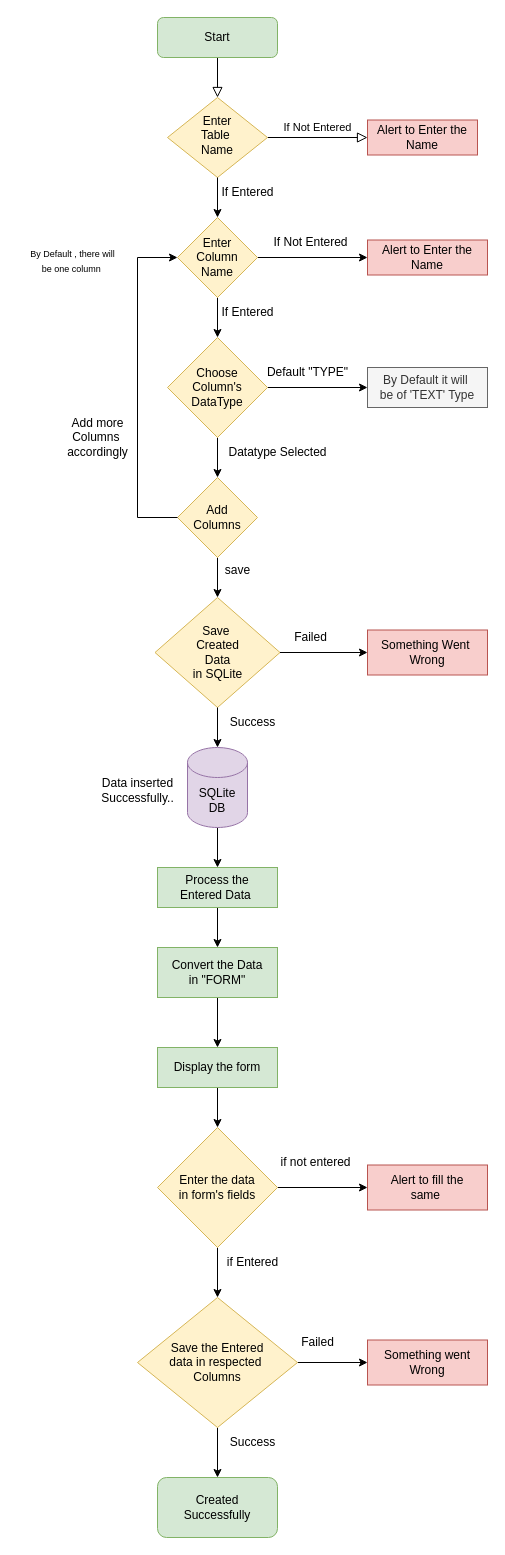
The draw.io diagram DatabaseCreation.drawio in MohitThakur001/FlowCharts, before the edit. Source tidied: cells renumbered, new cells numbered last; positions are measured from the earlier drawing's top-left corner, leaving out a move shared by most shapes. Both pictures are drawn from the tidied source at 100%, with x=0, y=0 at pixel (17, 17).
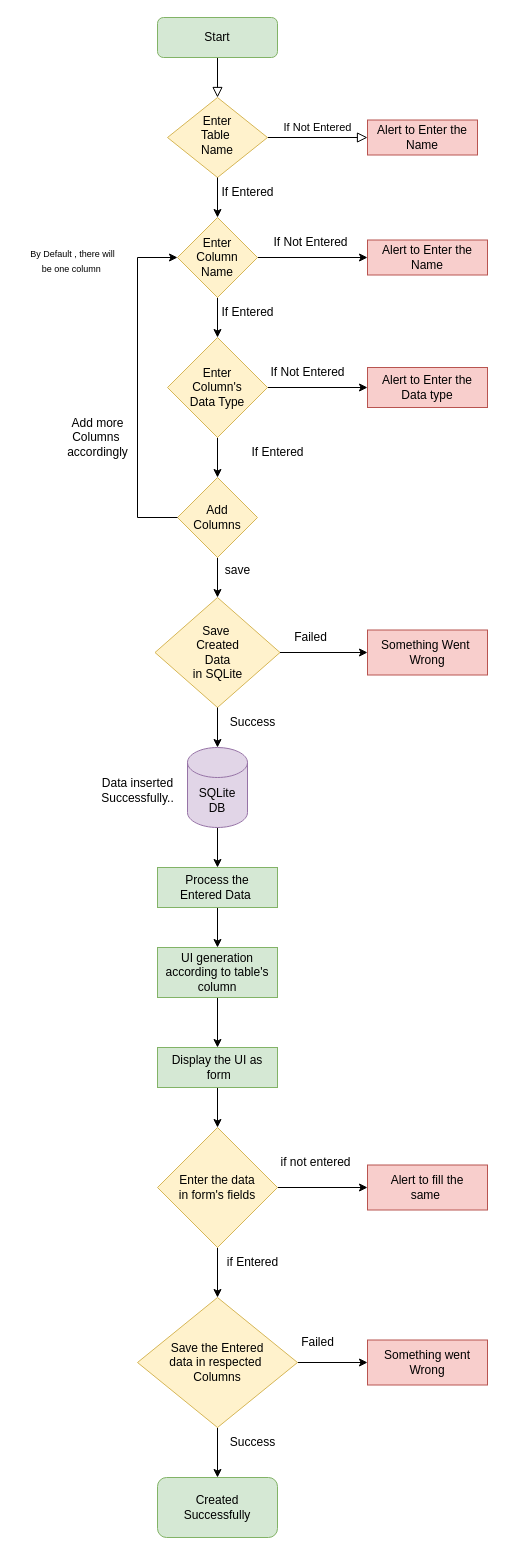
The same page after the edit.

What changed in the source:
```diff
@@
-    <mxCell id="17" value="Choose&lt;br&gt;Column's&lt;br&gt;DataType" style="rhombus;whiteSpace=wrap;html=1;fillColor=#fff2cc;strokeColor=#d6b656;" parent="1" vertex="1">
+    <mxCell id="17" value="Enter&lt;br&gt;Column's&lt;br&gt;Data Type" style="rhombus;whiteSpace=wrap;html=1;fillColor=#fff2cc;strokeColor=#d6b656;" parent="1" vertex="1">
       <mxGeometry x="150" y="320" width="100" height="100" as="geometry" />
     </mxCell>
@@
-    <mxCell id="19" value="By Default it will&amp;nbsp;&lt;br&gt;be of 'TEXT' Type" style="whiteSpace=wrap;html=1;fillColor=#f5f5f5;fontColor=#333333;strokeColor=#666666;" parent="1" vertex="1">
+    <mxCell id="19" value="Alert to Enter the Data type" style="whiteSpace=wrap;html=1;fillColor=#f8cecc;strokeColor=#b85450;" parent="1" vertex="1">
       <mxGeometry x="350" y="350" width="120" height="40" as="geometry" />
     </mxCell>
-    <mxCell id="20" value="Default &quot;TYPE&quot;" style="text;html=1;align=center;verticalAlign=middle;strokeColor=none;fillColor=none;" parent="1" vertex="1">
+    <mxCell id="20" value="If Not Entered" style="text;html=1;align=center;verticalAlign=middle;strokeColor=none;fillColor=none;" parent="1" vertex="1">
       <mxGeometry x="240" y="340" width="100" height="30" as="geometry" />
     </mxCell>
-    <mxCell id="21" value="Datatype Selected" style="text;html=1;align=center;verticalAlign=middle;strokeColor=none;fillColor=none;" parent="1" vertex="1">
-      <mxGeometry x="200" y="420" width="120" height="30" as="geometry" />
+    <mxCell id="21" value="If Entered" style="text;html=1;align=center;verticalAlign=middle;strokeColor=none;fillColor=none;" parent="1" vertex="1">
+      <mxGeometry x="220" y="420" width="80" height="30" as="geometry" />
     </mxCell>
@@
-    <mxCell id="40" value="Convert the Data&lt;br&gt;in &quot;FORM&quot;" style="whiteSpace=wrap;html=1;fillColor=#d5e8d4;strokeColor=#82b366;" parent="1" vertex="1">
+    <mxCell id="40" value="UI generation according to table's column" style="whiteSpace=wrap;html=1;fillColor=#d5e8d4;strokeColor=#82b366;" parent="1" vertex="1">
       <mxGeometry x="140" y="930" width="120" height="50" as="geometry" />
     </mxCell>
@@
-    <mxCell id="42" value="Display the form" style="whiteSpace=wrap;html=1;fillColor=#d5e8d4;strokeColor=#82b366;" parent="1" vertex="1">
+    <mxCell id="42" value="Display the UI as&lt;br&gt;&amp;nbsp;form" style="whiteSpace=wrap;html=1;fillColor=#d5e8d4;strokeColor=#82b366;" parent="1" vertex="1">
       <mxGeometry x="140" y="1030" width="120" height="40" as="geometry" />
     </mxCell>
```
